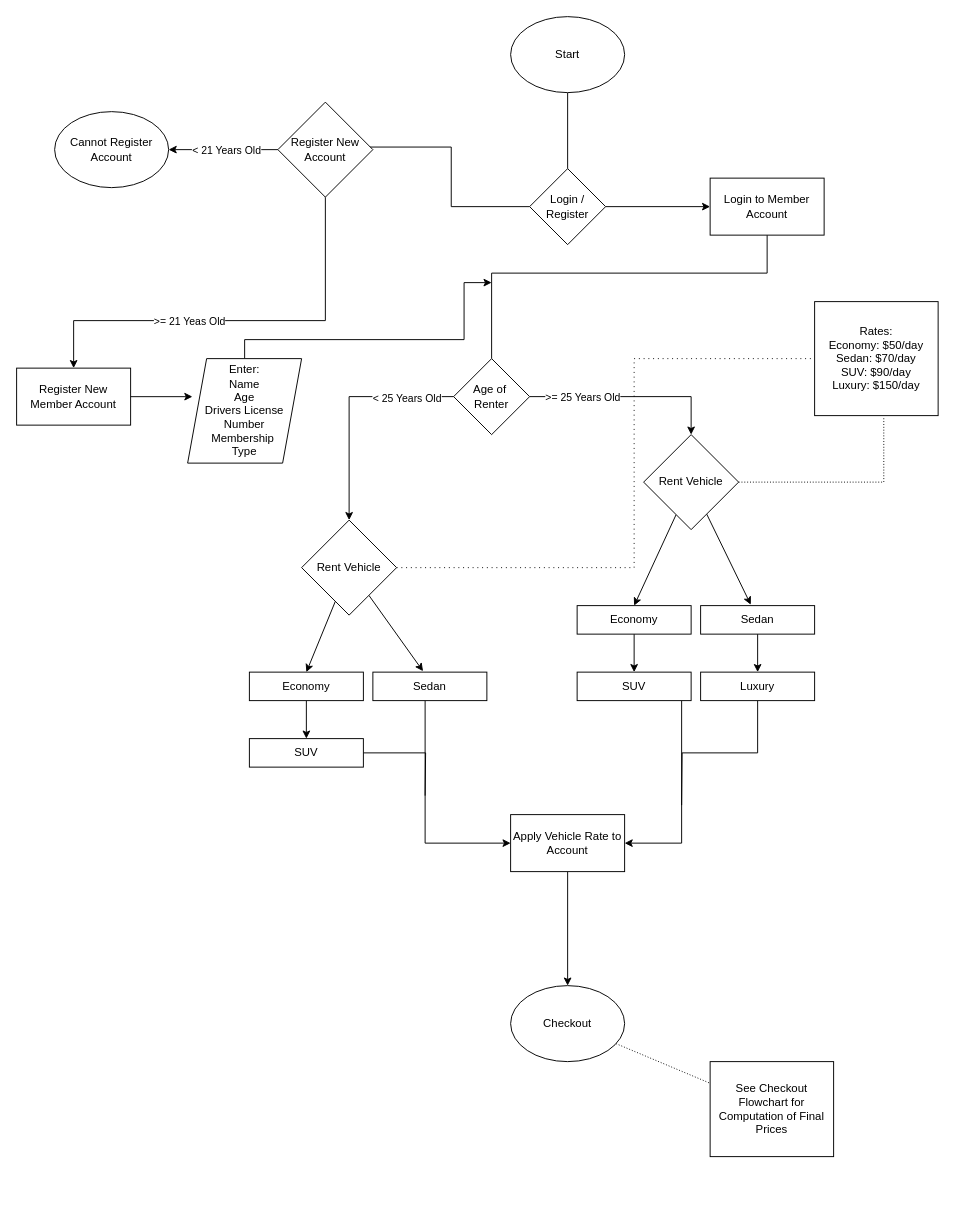
Above: Milestone0.2/[Member Log in and Registration] and [Car Rental Process] Flowchart.drawio in Ivanq50/CptS422Project (draw.io), before the change. Source tidied: cells renumbered, new cells numbered last; positions are measured from the earlier drawing's top-left corner, leaving out a move shared by most shapes. Both pictures are drawn from the tidied source at 95%, with x=0, y=0 at pixel (16, 16).
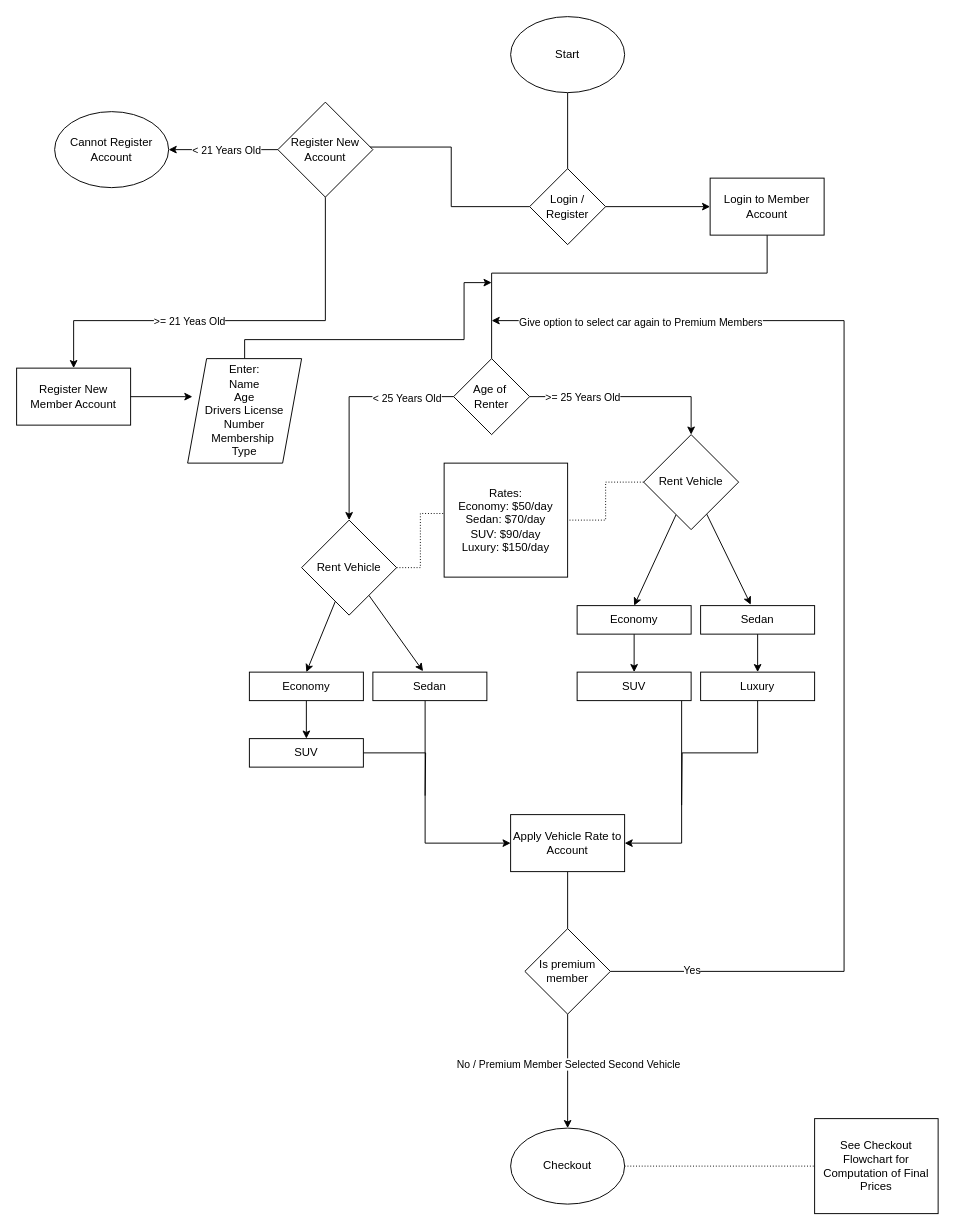
The same diagram, later.

Commit message (it also covers changes not shown here):
[Member Log in and Registration] and [Car Rental Process] Flowchart Completed [Allow Premium Members to Select Second Car]

Unchanged cells that the change refers to:
```xml
<mxCell id="11" value="Rent Vehicle" style="rhombus;whiteSpace=wrap;html=1;" parent="1" vertex="1">
  <mxGeometry x="660" y="440" width="100" height="100" as="geometry" />
</mxCell>
<mxCell id="25" value="Rent Vehicle" style="rhombus;whiteSpace=wrap;html=1;" parent="1" vertex="1">
  <mxGeometry x="300" y="530" width="100" height="100" as="geometry" />
</mxCell>
<mxCell id="45" value="Apply Vehicle Rate to Account" style="rounded=0;whiteSpace=wrap;html=1;" parent="1" vertex="1">
  <mxGeometry x="520" y="840" width="120" height="60" as="geometry" />
</mxCell>
```

What changed in the source:
```diff
@@
+    <mxCell id="21" style="edgeStyle=orthogonalEdgeStyle;rounded=0;jettySize=auto;html=1;endArrow=none;endFill=0;dashed=1;dashPattern=1 2;" parent="1" edge="1" source="11" target="12">
+      <mxGeometry relative="1" as="geometry" />
+    </mxCell>
@@
     <mxCell id="12" value="Rates:&lt;br&gt;&lt;div&gt;Economy: $50/day&lt;/div&gt;&lt;div&gt;Sedan: $70/day&lt;/div&gt;&lt;div&gt;SUV: $90/day&lt;/div&gt;&lt;div&gt;Luxury: $150/day&lt;/div&gt;" style="rounded=0;whiteSpace=wrap;html=1;" parent="1" vertex="1">
-      <mxGeometry x="840" y="300" width="130" height="120" as="geometry" />
+      <mxGeometry x="450" y="470" width="130" height="120" as="geometry" />
     </mxCell>
@@
-    <mxCell id="21" style="edgeStyle=orthogonalEdgeStyle;rounded=0;jettySize=auto;html=1;entryX=0.56;entryY=1.019;entryDx=0;entryDy=0;entryPerimeter=0;endArrow=none;endFill=0;dashed=1;dashPattern=1 2;" parent="1" edge="1" source="11" target="12">
-      <mxGeometry relative="1" as="geometry" />
-    </mxCell>
@@
-    <mxCell id="24" style="edgeStyle=orthogonalEdgeStyle;rounded=0;jettySize=auto;html=1;endArrow=none;endFill=0;dashed=1;dashPattern=1 4;" parent="1" edge="1" source="25" target="12">
-      <mxGeometry relative="1" as="geometry">
-        <Array as="points">
-          <mxPoint x="650" y="580" />
-          <mxPoint x="650" y="360" />
-        </Array>
-      </mxGeometry>
-    </mxCell>
@@
-    <mxCell id="44" style="edgeStyle=orthogonalEdgeStyle;rounded=0;jettySize=auto;html=1;entryX=0.5;entryY=0;entryDx=0;entryDy=0;" parent="1" edge="1" source="45" target="50">
-      <mxGeometry relative="1" as="geometry" />
-    </mxCell>
+    <mxCell id="52" style="edgeStyle=orthogonalEdgeStyle;rounded=0;jettySize=auto;html=1;entryX=0.5;entryY=0;entryDx=0;entryDy=0;endArrow=none;endFill=0;" parent="1" edge="1" source="45" target="58">
+      <mxGeometry relative="1" as="geometry" />
+    </mxCell>
@@
     <mxCell id="50" value="Checkout" style="ellipse;whiteSpace=wrap;html=1;" parent="1" vertex="1">
-      <mxGeometry x="520" y="1020" width="120" height="80" as="geometry" />
+      <mxGeometry x="520" y="1170" width="120" height="80" as="geometry" />
     </mxCell>
     <mxCell id="51" value="See Checkout Flowchart for Computation of Final Prices" style="rounded=0;whiteSpace=wrap;html=1;" parent="1" vertex="1">
-      <mxGeometry x="730" y="1100" width="130" height="100" as="geometry" />
+      <mxGeometry x="840" y="1160" width="130" height="100" as="geometry" />
     </mxCell>
+    <mxCell id="53" style="edgeStyle=orthogonalEdgeStyle;rounded=0;jettySize=auto;html=1;jumpStyle=none;" parent="1" edge="1" source="58">
+      <mxGeometry relative="1" as="geometry">
+        <mxPoint x="500" y="320" as="targetPoint" />
+        <Array as="points">
+          <mxPoint x="871" y="1005" />
+        </Array>
+      </mxGeometry>
+    </mxCell>
+    <mxCell id="54" value="Yes" style="edgeLabel;html=1;align=center;verticalAlign=middle;" parent="53" vertex="1">
+      <mxGeometry x="-0.87" y="3" relative="1" as="geometry">
+        <mxPoint y="1" as="offset" />
+      </mxGeometry>
+    </mxCell>
+    <mxCell id="55" value="Give option to select car again to Premium Members" style="edgeLabel;html=1;align=center;verticalAlign=middle;" parent="53" vertex="1">
+      <mxGeometry x="0.76" y="1" relative="1" as="geometry" />
+    </mxCell>
+    <mxCell id="56" style="edgeStyle=orthogonalEdgeStyle;rounded=0;jettySize=auto;html=1;" parent="1" edge="1" source="58" target="50">
+      <mxGeometry relative="1" as="geometry" />
+    </mxCell>
+    <mxCell id="57" value="No / Premium Member Selected Second Vehicle" style="edgeLabel;html=1;align=center;verticalAlign=middle;" parent="56" vertex="1">
+      <mxGeometry x="-0.13" relative="1" as="geometry" />
+    </mxCell>
+    <mxCell id="58" value="Is premium member" style="rhombus;whiteSpace=wrap;html=1;" parent="1" vertex="1">
+      <mxGeometry x="535" y="960" width="90" height="90" as="geometry" />
+    </mxCell>
+    <mxCell id="24" style="edgeStyle=orthogonalEdgeStyle;rounded=0;jettySize=auto;html=1;entryX=0;entryY=0.442;entryDx=0;entryDy=0;entryPerimeter=0;endArrow=none;endFill=0;dashed=1;dashPattern=1 2;" parent="1" edge="1" source="25" target="12">
+      <mxGeometry relative="1" as="geometry" />
+    </mxCell>
```
